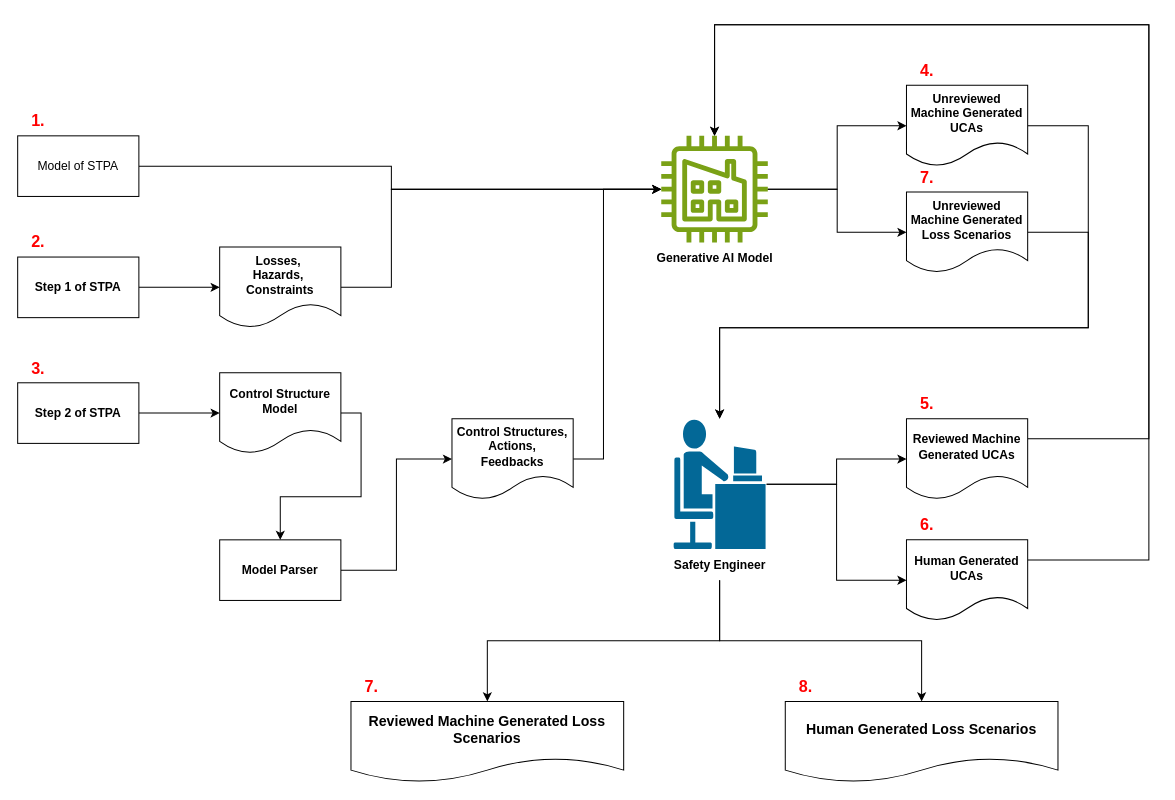
This is docs/stpa with llm.drawio from blueskysolarracing/stpa, a draw.io file, before an edit. Source tidied: cells renumbered, new cells numbered last; positions are measured from the earlier drawing's top-left corner, leaving out a move shared by most shapes. Both pictures are drawn from the tidied source at 101%, with x=0, y=0 at pixel (17, 24).
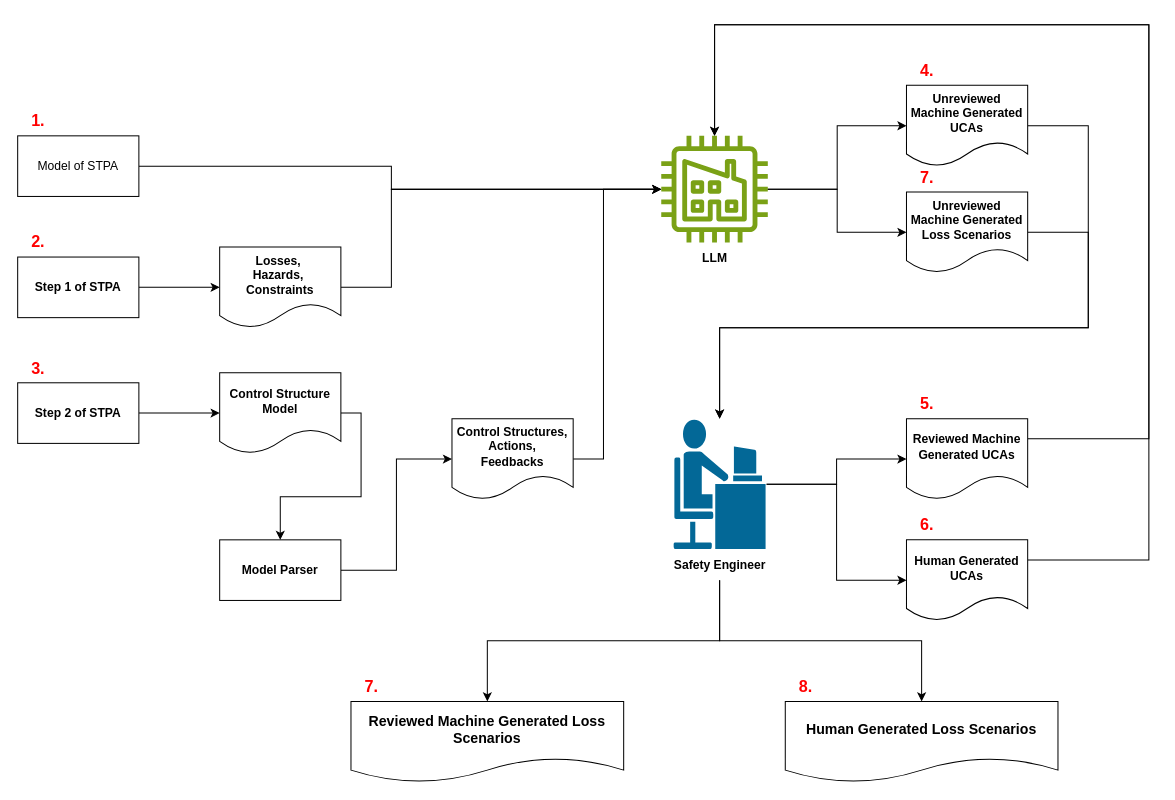
After the change.

Commit message (it also covers changes not shown here):
Change the name in the model itself

Unchanged cells that the change refers to:
```xml
<mxCell id="5" style="group;" parent="1" vertex="1">
  <mxGeometry x="620" y="110" width="140" height="135.5" as="geometry" />
</mxCell>
```

Diff of the diagram source:
```diff
@@
-    <mxCell id="7" value="&lt;b&gt;Generative AI Model&lt;/b&gt;" style="text;html=1;align=center;verticalAlign=middle;strokeColor=none;fillColor=none;" parent="5" vertex="1">
-      <mxGeometry y="105.5" width="140" height="30" as="geometry" />
+    <mxCell id="7" value="&lt;b&gt;LLM&lt;/b&gt;" style="text;html=1;align=center;verticalAlign=middle;strokeColor=none;fillColor=none;" parent="5" vertex="1">
+      <mxGeometry x="45" y="105.5" width="50" height="30" as="geometry" />
     </mxCell>
```
